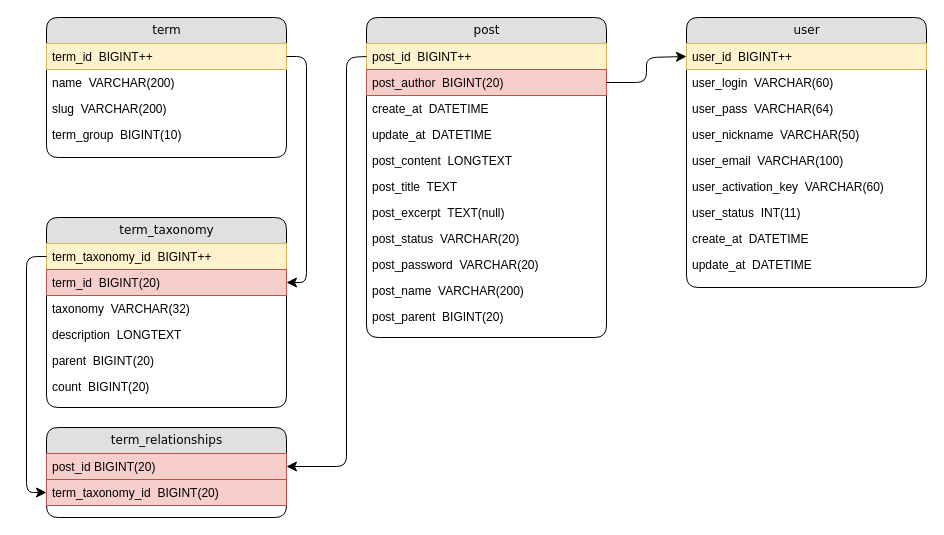
This is Untitled Diagram.drawio from tty128/test, a draw.io file, before an edit. Source tidied: cells renumbered, new cells numbered last; positions are measured from the earlier drawing's top-left corner, leaving out a move shared by most shapes. Both pictures are drawn from the tidied source at 100%, with x=0, y=0 at pixel (26, 17).
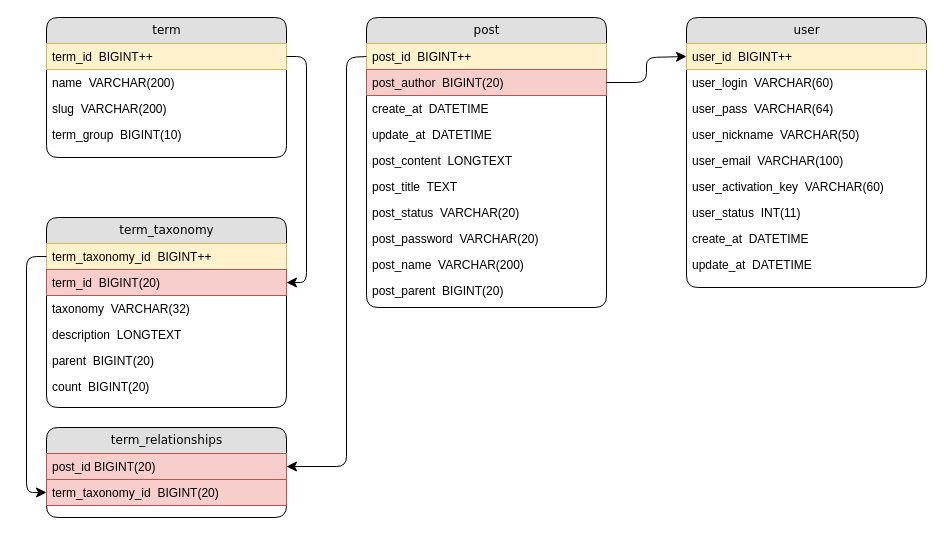
After the change.

What changed in the source:
```diff
@@
     <mxCell id="17" value="post" style="swimlane;html=1;fontStyle=0;horizontal=1;startSize=26;fillColor=#e0e0e0;swimlaneFillColor=#ffffff;align=center;rounded=1;shadow=0;comic=0;labelBackgroundColor=none;strokeWidth=1;fontFamily=Verdana;fontSize=12;" parent="1" vertex="1">
-      <mxGeometry x="340" width="240" height="320" as="geometry" />
+      <mxGeometry x="340" width="240" height="290" as="geometry" />
     </mxCell>
@@
-    <mxCell id="24" value="post_excerpt&amp;nbsp; TEXT(null)" style="text;html=1;strokeColor=none;fillColor=none;spacingLeft=4;spacingRight=4;whiteSpace=wrap;overflow=hidden;" parent="17" vertex="1">
-      <mxGeometry y="182" width="240" height="26" as="geometry" />
-    </mxCell>
     <mxCell id="25" value="post_status&amp;nbsp; VARCHAR(20)" style="text;html=1;strokeColor=none;fillColor=none;spacingLeft=4;spacingRight=4;whiteSpace=wrap;overflow=hidden;" parent="17" vertex="1">
-      <mxGeometry y="208" width="240" height="26" as="geometry" />
+      <mxGeometry y="182" width="240" height="26" as="geometry" />
     </mxCell>
     <mxCell id="26" value="post_password&amp;nbsp; VARCHAR(20)" style="text;html=1;strokeColor=none;fillColor=none;spacingLeft=4;spacingRight=4;whiteSpace=wrap;overflow=hidden;" parent="17" vertex="1">
-      <mxGeometry y="234" width="240" height="26" as="geometry" />
+      <mxGeometry y="208" width="240" height="26" as="geometry" />
     </mxCell>
     <mxCell id="27" value="post_name&amp;nbsp; VARCHAR(200)" style="text;html=1;strokeColor=none;fillColor=none;spacingLeft=4;spacingRight=4;whiteSpace=wrap;overflow=hidden;" parent="17" vertex="1">
-      <mxGeometry y="260" width="240" height="26" as="geometry" />
+      <mxGeometry y="234" width="240" height="26" as="geometry" />
     </mxCell>
     <mxCell id="28" value="post_parent&amp;nbsp; BIGINT(20)" style="text;html=1;strokeColor=none;fillColor=none;spacingLeft=4;spacingRight=4;whiteSpace=wrap;overflow=hidden;" parent="17" vertex="1">
-      <mxGeometry y="286" width="240" height="26" as="geometry" />
+      <mxGeometry y="260" width="240" height="26" as="geometry" />
     </mxCell>
```
